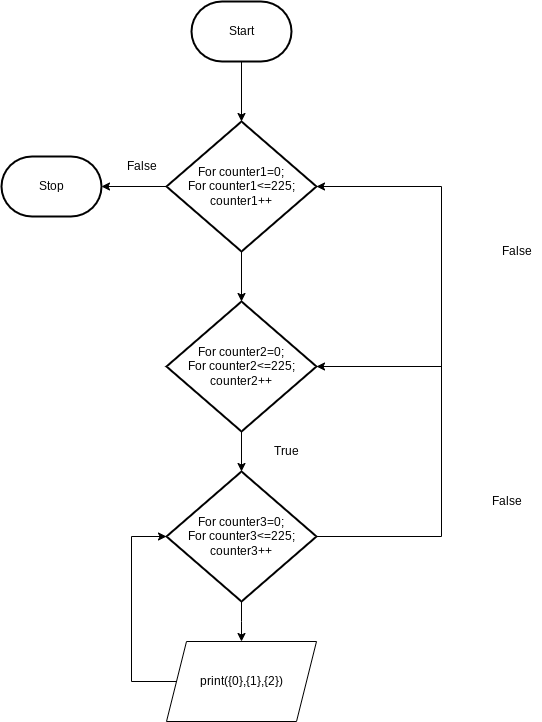
This is flowchart.png from Huzaifa-Khalid-2/ICS3U-Unit4-06-Python, a draw.io export, as it was before one commit. Source tidied: cells renumbered, new cells last; positions are measured from the earlier drawing's top-left corner, leaving out a move shared by most shapes.
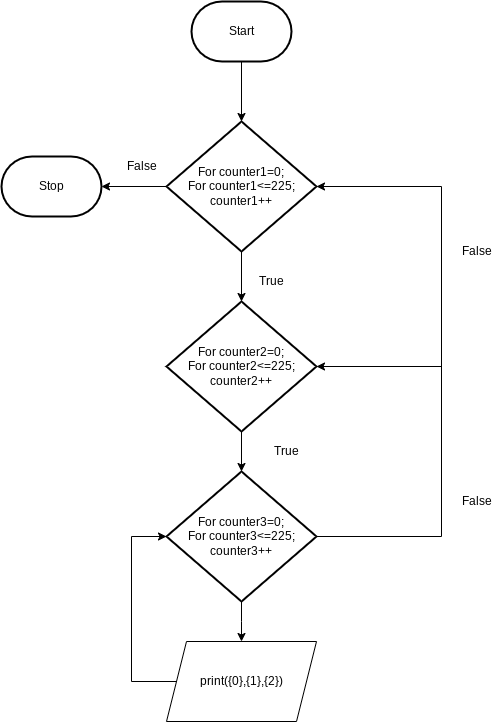
After the change.

What changed in the source:
```diff
@@ -33,7 +33,7 @@
       <mxGeometry y="155" width="100" height="60" as="geometry" />
     </mxCell>
     <mxCell id="9" value="False" style="text;html=1;align=center;verticalAlign=middle;strokeColor=none;fillColor=none;" parent="1" vertex="1">
-      <mxGeometry x="480" y="490" width="50" height="20" as="geometry" />
+      <mxGeometry x="450" y="490" width="50" height="20" as="geometry" />
     </mxCell>
     <mxCell id="10" style="edgeStyle=elbowEdgeStyle;rounded=0;html=1;entryX=0;entryY=0.5;entryDx=0;entryDy=0;entryPerimeter=0;" parent="1" edge="1" source="11" target="14">
       <mxGeometry relative="1" as="geometry">
@@ -67,7 +67,7 @@
       <mxGeometry x="265" y="440" width="40" height="20" as="geometry" />
     </mxCell>
     <mxCell id="17" value="False" style="text;html=1;align=center;verticalAlign=middle;strokeColor=none;fillColor=none;" parent="1" vertex="1">
-      <mxGeometry x="490" y="240" width="50" height="20" as="geometry" />
+      <mxGeometry x="450" y="240" width="50" height="20" as="geometry" />
     </mxCell>
     <mxCell id="18" value="False" style="text;html=1;align=center;verticalAlign=middle;strokeColor=none;fillColor=none;" parent="1" vertex="1">
       <mxGeometry x="115" y="155" width="50" height="20" as="geometry" />
@@ -75,5 +75,8 @@
     <mxCell id="19" value="Start" style="strokeWidth=2;html=1;shape=mxgraph.flowchart.terminator;whiteSpace=wrap;" parent="1" vertex="1">
       <mxGeometry x="190" width="100" height="60" as="geometry" />
     </mxCell>
+    <mxCell id="20" value="True" style="text;html=1;align=center;verticalAlign=middle;strokeColor=none;fillColor=none;" parent="1" vertex="1">
+      <mxGeometry x="250" y="270" width="40" height="20" as="geometry" />
+    </mxCell>
   </root>
 </mxGraphModel>
```
